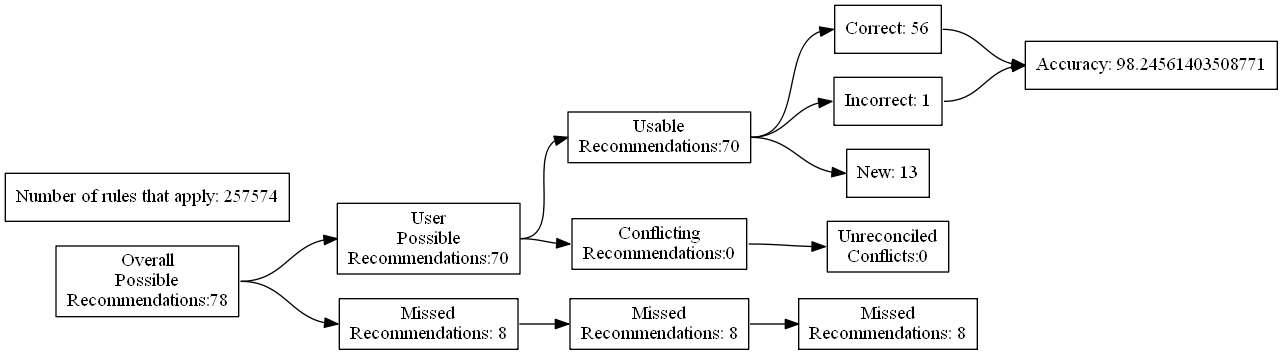
The Graphviz diagram test_renders/18.gv.png in ZaxR/ibd_diet_analysis, before a commit. Its source is kept beside it as test_renders/18.gv.
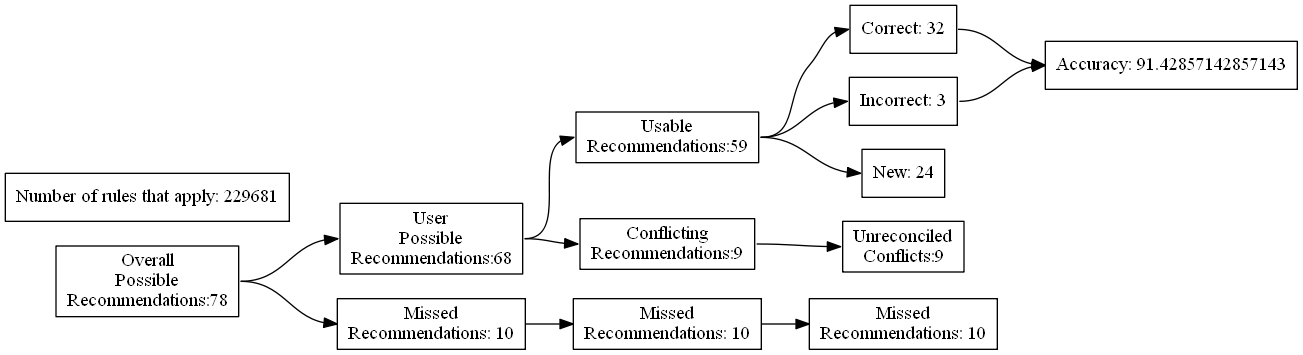
The same diagram one commit later.

The edit, as a diff of the source:
```diff
@@ -7,24 +7,24 @@
 Recommendations:78"]
 		B [label="User
 Possible
-Recommendations:70"]
+Recommendations:68"]
 		C [label="Missed
-Recommendations: 8"]
+Recommendations: 10"]
 		D [label="Usable
-Recommendations:70"]
+Recommendations:59"]
 		E [label="Conflicting
-Recommendations:0"]
+Recommendations:9"]
 		J [label="Missed
-Recommendations: 8"]
+Recommendations: 10"]
 		M [label="Unreconciled
-Conflicts:0"]
-		F [label="Correct: 56"]
-		G [label="Incorrect: 1"]
-		H [label="New: 13"]
+Conflicts:9"]
+		F [label="Correct: 32"]
+		G [label="Incorrect: 3"]
+		H [label="New: 24"]
 		K [label="Missed
-Recommendations: 8"]
-		I [label="Accuracy: 98.24561403508771"]
-		l [label="Number of rules that apply: 257574"]
+Recommendations: 10"]
+		I [label="Accuracy: 91.42857142857143"]
+		l [label="Number of rules that apply: 229681"]
 			A -> B
 			A -> C
 			B -> D
```
